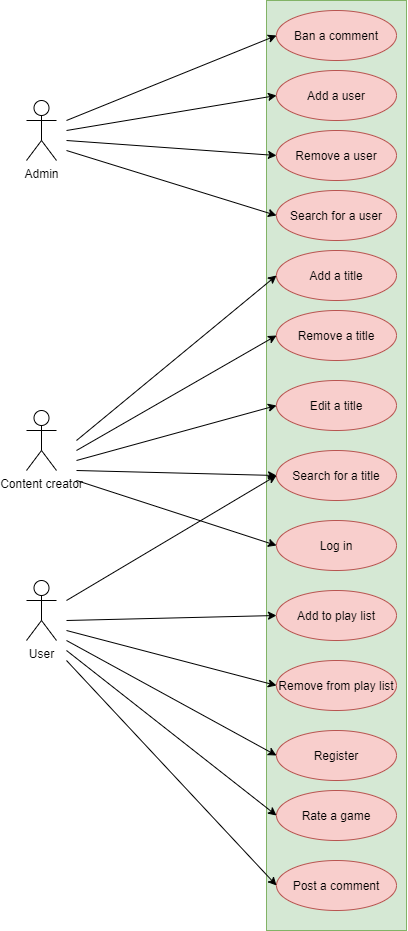
The draw.io diagram Untitled Diagram.png in ReapersSorrow/Projects, before a commit. Source tidied: cells renumbered, new cells last; positions are measured from the earlier drawing's top-left corner, leaving out a move shared by most shapes.
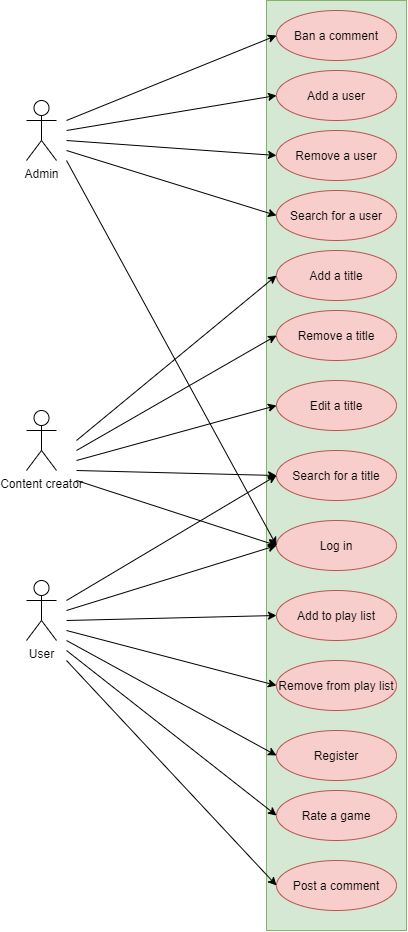
After the commit.

The edit, as a diff of the source:
```diff
@@ -131,5 +131,15 @@
         <mxPoint x="40" y="150" as="sourcePoint" />
       </mxGeometry>
     </mxCell>
+    <mxCell id="35" style="endArrow=classic;html=1;entryX=0;entryY=0.5;entryDx=0;entryDy=0;" parent="1" edge="1" target="22">
+      <mxGeometry relative="1" as="geometry">
+        <mxPoint x="40" y="610" as="sourcePoint" />
+      </mxGeometry>
+    </mxCell>
+    <mxCell id="36" style="endArrow=classic;html=1;entryX=0;entryY=0.5;entryDx=0;entryDy=0;" parent="1" edge="1" target="22">
+      <mxGeometry relative="1" as="geometry">
+        <mxPoint x="40" y="160" as="sourcePoint" />
+      </mxGeometry>
+    </mxCell>
   </root>
 </mxGraphModel>
```
